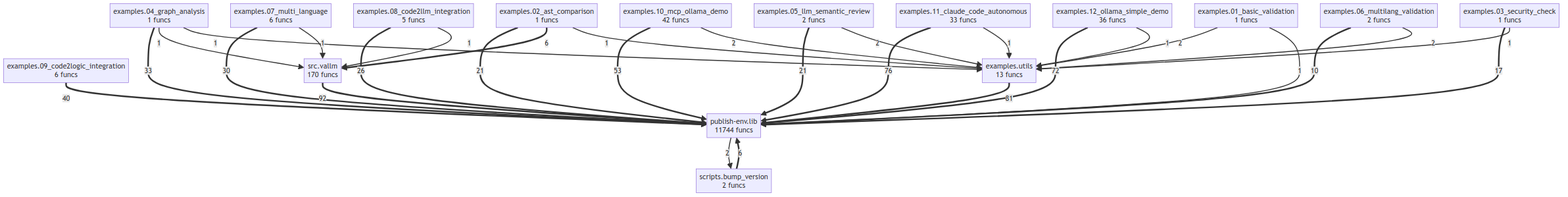
This is project/compact_flow.png from semcod/vallm, a Mermaid export, as it was before one commit. Its source is kept beside it as project/compact_flow.mmd.
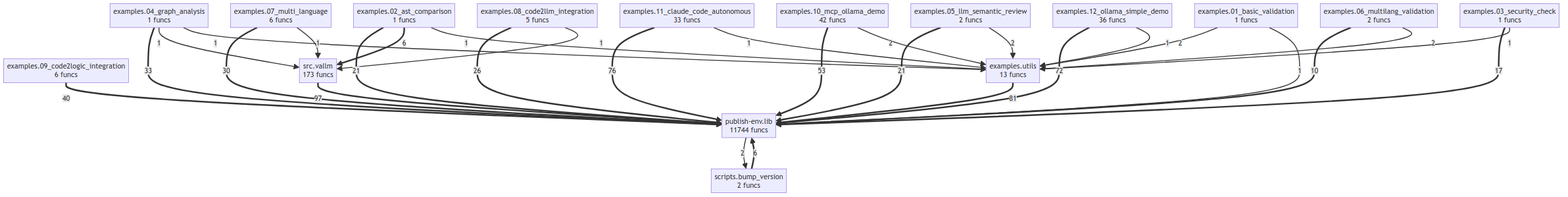
The same file after the commit.

Change to the diagram source:
```diff
@@ -14,8 +14,8 @@
     examples_utils["examples.utils<br/>13 funcs"]
     publish_env_lib["publish-env.lib<br/>11744 funcs"]
     scripts_bump_version["scripts.bump_version<br/>2 funcs"]
-    src_vallm["src.vallm<br/>170 funcs"]
-    src_vallm ==>|92| publish_env_lib
+    src_vallm["src.vallm<br/>173 funcs"]
+    src_vallm ==>|97| publish_env_lib
     examples_utils ==>|81| publish_env_lib
     examples_11_claude_code_autonomous ==>|76| publish_env_lib
     examples_12_ollama_simple_demo ==>|72| publish_env_lib
@@ -35,12 +35,12 @@
     examples_01_basic_validation -->|2| examples_utils
     examples_06_multilang_validation -->|2| examples_utils
     examples_10_mcp_ollama_demo -->|2| examples_utils
+    examples_11_claude_code_autonomous -->|1| examples_utils
     examples_04_graph_analysis -->|1| src_vallm
     examples_04_graph_analysis -->|1| examples_utils
     examples_12_ollama_simple_demo -->|1| examples_utils
-    examples_11_claude_code_autonomous -->|1| examples_utils
     examples_01_basic_validation -->|1| publish_env_lib
+    examples_02_ast_comparison -->|1| examples_utils
     examples_03_security_check -->|1| examples_utils
-    examples_02_ast_comparison -->|1| examples_utils
     examples_07_multi_language -->|1| src_vallm
     examples_08_code2llm_integration -->|1| src_vallm
```
